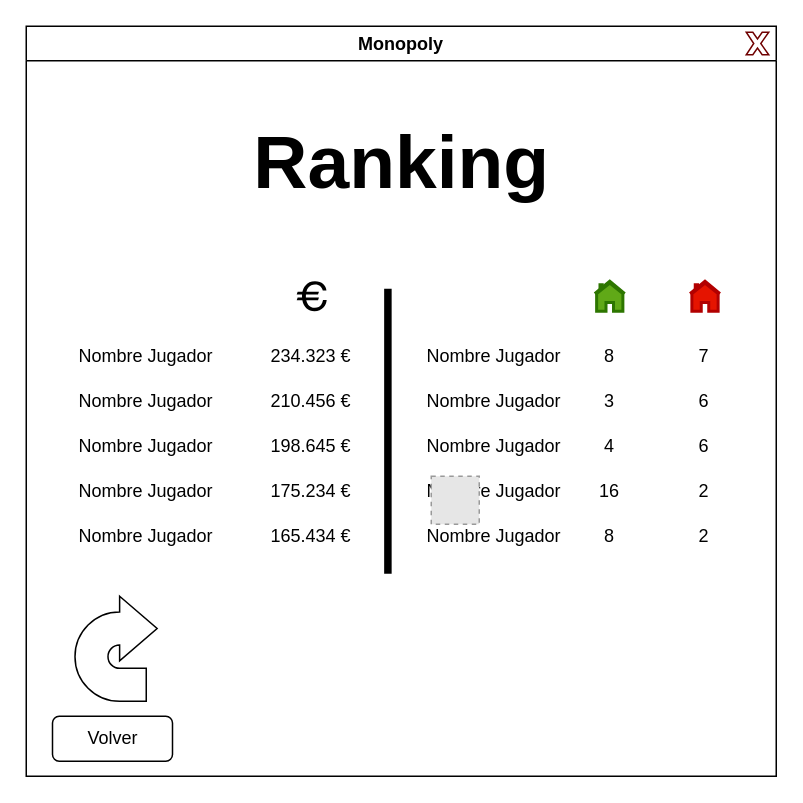
The draw.io diagram GUI DESIGN/Ventanas/rankingMenu_Monopoly-fin.drawio in ManuelCamachoFont/Monopoly, before the edit. Source tidied: cells renumbered, new cells numbered last; positions are measured from the earlier drawing's top-left corner, leaving out a move shared by most shapes. Both pictures are drawn from the tidied source at 150%, with x=0, y=0 at pixel (26, 26). Pictures stored in the file or linked from it are replaced by grey dashed boxes.
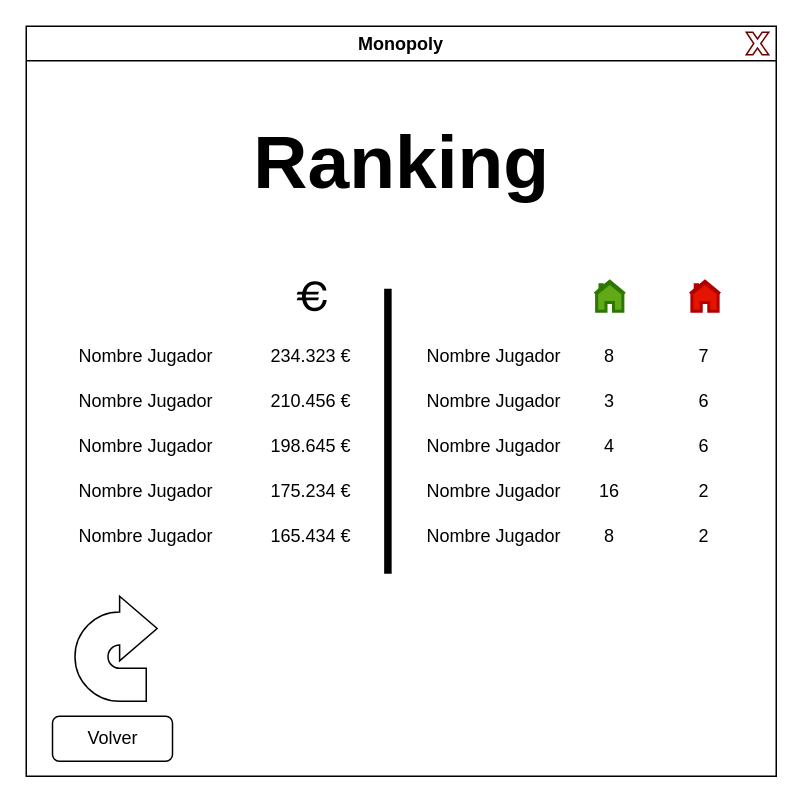
The same page after the edit.

The edit, as a diff of the source:
```diff
@@
-    <mxCell id="36" style="fillColor=#E6E6E6;strokeColor=#999999;dashed=1;html=1;verticalAlign=top;verticalLabelPosition=bottom;labelBackgroundColor=light-dark(#FFFFFF,#121212);whiteSpace=wrap;" parent="1" vertex="1">
-      <mxGeometry x="270" y="300" width="32" height="32" as="geometry" />
-    </mxCell>
```
